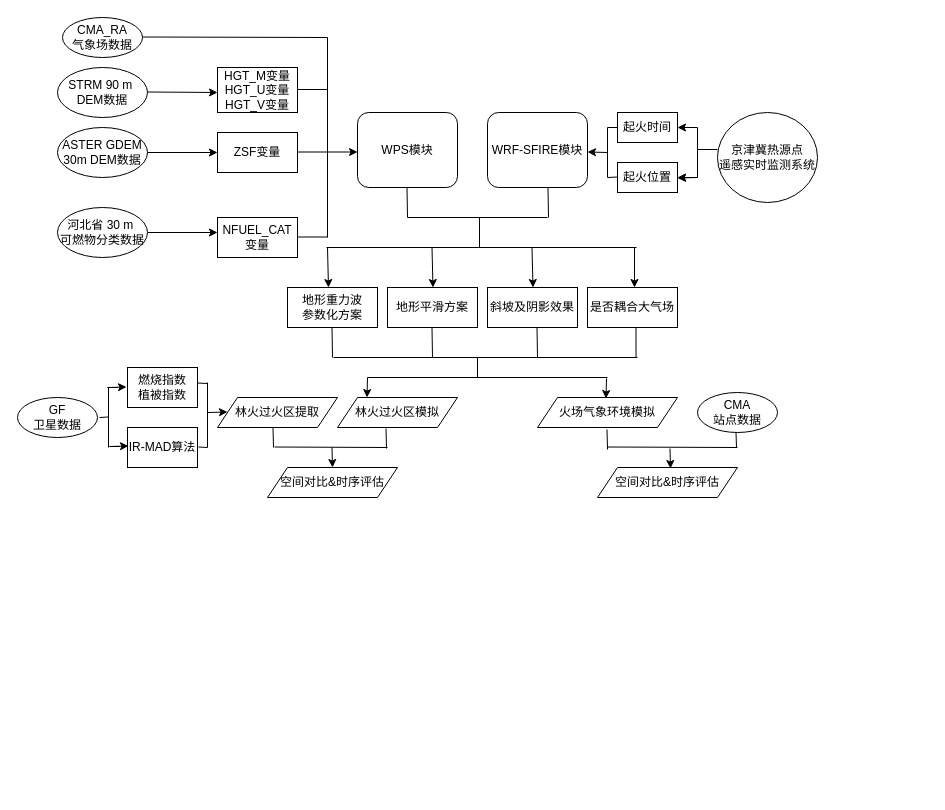
Earlier version of the draw.io diagram 第三章技术路线图.drawio (gaohuanxin/WRF-SFIRE). Source tidied: cells renumbered, new cells numbered last; positions are measured from the earlier drawing's top-left corner, leaving out a move shared by most shapes. Both pictures are drawn from the tidied source at 100%, with x=0, y=0 at pixel (17, 17).
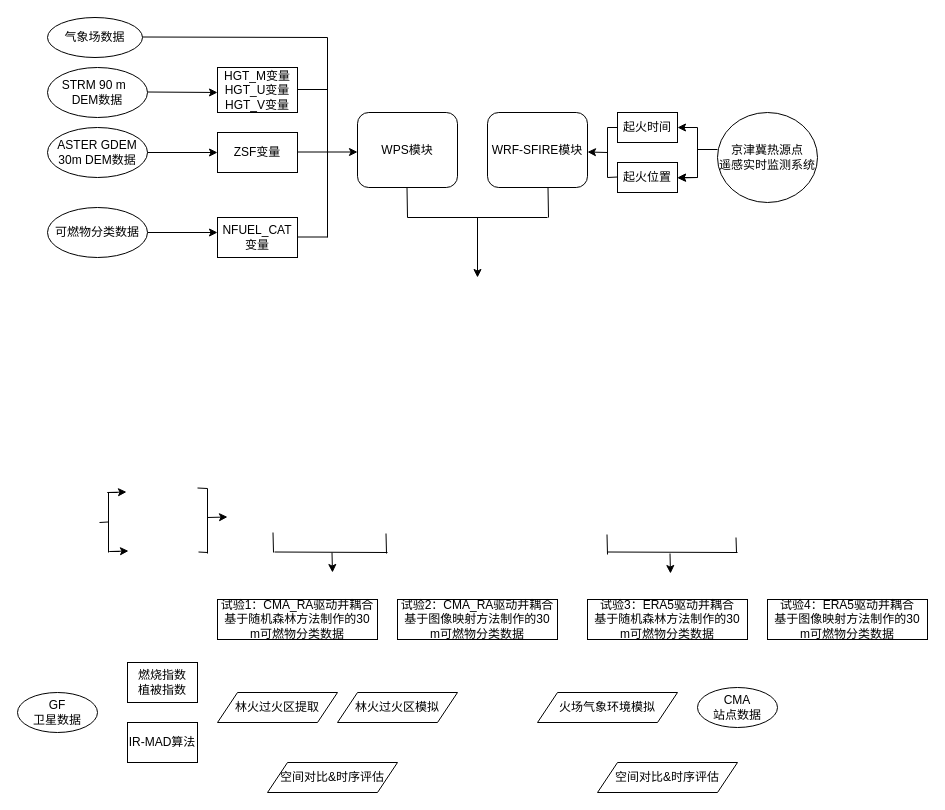
The same diagram, later.

Commit message:
更新第三章技术路线图.drawio

Change to the diagram source:
```diff
@@
-    <mxCell id="2" value="CMA_RA&lt;br&gt;气象场数据" style="ellipse;whiteSpace=wrap;html=1;" parent="1" vertex="1">
-      <mxGeometry x="45" width="80" height="40" as="geometry" />
+    <mxCell id="2" value="气象场数据" style="ellipse;whiteSpace=wrap;html=1;" parent="1" vertex="1">
+      <mxGeometry x="30" width="95" height="40" as="geometry" />
     </mxCell>
-    <mxCell id="3" value="STRM 90 m&amp;nbsp; DEM数据" style="ellipse;whiteSpace=wrap;html=1;" parent="1" vertex="1">
-      <mxGeometry x="40" y="50" width="90" height="50" as="geometry" />
+    <mxCell id="3" value="STRM 90 m&amp;nbsp;&amp;nbsp;&lt;div&gt;&lt;span style=&quot;background-color: transparent; color: light-dark(rgb(0, 0, 0), rgb(255, 255, 255));&quot;&gt;DEM数据&lt;/span&gt;&lt;/div&gt;" style="ellipse;whiteSpace=wrap;html=1;" parent="1" vertex="1">
+      <mxGeometry x="30" y="50" width="100" height="50" as="geometry" />
     </mxCell>
     <mxCell id="4" value="ASTER GDEM 30m DEM数据" style="ellipse;whiteSpace=wrap;html=1;" parent="1" vertex="1">
-      <mxGeometry x="40" y="110" width="90" height="50" as="geometry" />
+      <mxGeometry x="30" y="110" width="100" height="50" as="geometry" />
     </mxCell>
@@
-    <mxCell id="32" style="endArrow=classic;html=1;rounded=0;" parent="1" edge="1">
-      <mxGeometry relative="1" as="geometry">
-        <mxPoint x="310" y="230" as="sourcePoint" />
-        <mxPoint x="311" y="270" as="targetPoint" />
-      </mxGeometry>
-    </mxCell>
-    <mxCell id="33" value="地形重力波&lt;br&gt;参数化方案" style="rounded=0;whiteSpace=wrap;html=1;" parent="1" vertex="1">
-      <mxGeometry x="270" y="270" width="90" height="40" as="geometry" />
+    <mxCell id="33" value="试验1：CMA_RA驱动并耦合&lt;div&gt;基于随机森林方法制作的30 m可燃物分类数据&lt;/div&gt;" style="rounded=0;whiteSpace=wrap;html=1;" parent="1" vertex="1">
+      <mxGeometry x="200" y="582" width="160" height="40" as="geometry" />
     </mxCell>
-    <mxCell id="34" style="endArrow=none;html=1;rounded=0;" parent="1" edge="1">
-      <mxGeometry relative="1" as="geometry">
-        <mxPoint x="462" y="230" as="sourcePoint" />
-        <mxPoint x="462" y="200" as="targetPoint" />
-      </mxGeometry>
-    </mxCell>
-    <mxCell id="35" style="endArrow=none;html=1;rounded=0;" parent="1" edge="1">
-      <mxGeometry relative="1" as="geometry">
-        <mxPoint x="309" y="230" as="sourcePoint" />
-        <mxPoint x="619" y="230" as="targetPoint" />
-      </mxGeometry>
-    </mxCell>
-    <mxCell id="36" value="地形平滑方案" style="rounded=0;whiteSpace=wrap;html=1;" parent="1" vertex="1">
-      <mxGeometry x="370" y="270" width="90" height="40" as="geometry" />
-    </mxCell>
-    <mxCell id="37" value="斜坡及阴影效果" style="rounded=0;whiteSpace=wrap;html=1;" parent="1" vertex="1">
-      <mxGeometry x="470" y="270" width="90" height="40" as="geometry" />
-    </mxCell>
-    <mxCell id="38" value="是否耦合大气场" style="rounded=0;whiteSpace=wrap;html=1;" parent="1" vertex="1">
-      <mxGeometry x="570" y="270" width="90" height="40" as="geometry" />
-    </mxCell>
-    <mxCell id="39" style="endArrow=classic;html=1;rounded=0;" parent="1" edge="1">
-      <mxGeometry relative="1" as="geometry">
-        <mxPoint x="617" y="230" as="sourcePoint" />
-        <mxPoint x="617" y="270" as="targetPoint" />
-      </mxGeometry>
-    </mxCell>
-    <mxCell id="40" style="endArrow=classic;html=1;rounded=0;" parent="1" edge="1">
-      <mxGeometry relative="1" as="geometry">
-        <mxPoint x="414.5" y="230" as="sourcePoint" />
-        <mxPoint x="415.5" y="270" as="targetPoint" />
-      </mxGeometry>
-    </mxCell>
-    <mxCell id="41" style="endArrow=classic;html=1;rounded=0;" parent="1" edge="1">
-      <mxGeometry relative="1" as="geometry">
-        <mxPoint x="514.5" y="230" as="sourcePoint" />
-        <mxPoint x="515.5" y="270" as="targetPoint" />
-      </mxGeometry>
-    </mxCell>
-    <mxCell id="42" style="endArrow=none;html=1;rounded=0;" parent="1" edge="1">
-      <mxGeometry relative="1" as="geometry">
-        <mxPoint x="315" y="340" as="sourcePoint" />
-        <mxPoint x="314.5" y="310" as="targetPoint" />
-      </mxGeometry>
-    </mxCell>
-    <mxCell id="43" style="endArrow=none;html=1;rounded=0;" parent="1" edge="1">
-      <mxGeometry relative="1" as="geometry">
-        <mxPoint x="618.5" y="310" as="sourcePoint" />
-        <mxPoint x="618.5" y="340" as="targetPoint" />
-      </mxGeometry>
-    </mxCell>
-    <mxCell id="44" style="endArrow=none;html=1;rounded=0;" parent="1" edge="1">
-      <mxGeometry relative="1" as="geometry">
-        <mxPoint x="316" y="340" as="sourcePoint" />
-        <mxPoint x="620" y="340" as="targetPoint" />
-      </mxGeometry>
-    </mxCell>
-    <mxCell id="45" style="endArrow=none;html=1;rounded=0;" parent="1" edge="1">
-      <mxGeometry relative="1" as="geometry">
-        <mxPoint x="415" y="340" as="sourcePoint" />
-        <mxPoint x="414.5" y="310" as="targetPoint" />
-      </mxGeometry>
-    </mxCell>
-    <mxCell id="46" style="endArrow=none;html=1;rounded=0;" parent="1" edge="1">
-      <mxGeometry relative="1" as="geometry">
-        <mxPoint x="520" y="340" as="sourcePoint" />
-        <mxPoint x="519.5" y="310" as="targetPoint" />
-      </mxGeometry>
-    </mxCell>
-    <mxCell id="47" style="endArrow=classic;html=1;rounded=0;" parent="1" edge="1">
-      <mxGeometry relative="1" as="geometry">
-        <mxPoint x="350" y="360" as="sourcePoint" />
-        <mxPoint x="349.5" y="380" as="targetPoint" />
-      </mxGeometry>
-    </mxCell>
     <mxCell id="48" value="林火过火区模拟" style="shape=parallelogram;perimeter=parallelogramPerimeter;whiteSpace=wrap;html=1;fixedSize=1;" parent="1" vertex="1">
-      <mxGeometry x="320" y="380" width="120" height="30" as="geometry" />
+      <mxGeometry x="320" y="675" width="120" height="30" as="geometry" />
     </mxCell>
     <mxCell id="49" value="火场气象环境模拟" style="shape=parallelogram;perimeter=parallelogramPerimeter;whiteSpace=wrap;html=1;fixedSize=1;" parent="1" vertex="1">
-      <mxGeometry x="520" y="380" width="140" height="30" as="geometry" />
+      <mxGeometry x="520" y="675" width="140" height="30" as="geometry" />
     </mxCell>
-    <mxCell id="50" style="endArrow=none;html=1;rounded=0;" parent="1" edge="1">
-      <mxGeometry relative="1" as="geometry">
-        <mxPoint x="460" y="360" as="sourcePoint" />
-        <mxPoint x="460" y="340" as="targetPoint" />
-      </mxGeometry>
-    </mxCell>
-    <mxCell id="51" style="endArrow=none;html=1;rounded=0;" parent="1" edge="1">
-      <mxGeometry relative="1" as="geometry">
-        <mxPoint x="350" y="360" as="sourcePoint" />
-        <mxPoint x="590" y="360" as="targetPoint" />
-      </mxGeometry>
-    </mxCell>
-    <mxCell id="52" style="endArrow=classic;html=1;rounded=0;" parent="1" edge="1">
-      <mxGeometry relative="1" as="geometry">
-        <mxPoint x="589" y="361" as="sourcePoint" />
-        <mxPoint x="588.5" y="381" as="targetPoint" />
-      </mxGeometry>
-    </mxCell>
     <mxCell id="53" value="GF&lt;br&gt;卫星数据" style="ellipse;whiteSpace=wrap;html=1;" parent="1" vertex="1">
-      <mxGeometry y="380" width="80" height="40" as="geometry" />
+      <mxGeometry y="675" width="80" height="40" as="geometry" />
     </mxCell>
     <mxCell id="54" value="林火过火区提取" style="shape=parallelogram;perimeter=parallelogramPerimeter;whiteSpace=wrap;html=1;fixedSize=1;" parent="1" vertex="1">
-      <mxGeometry x="200" y="380" width="120" height="30" as="geometry" />
+      <mxGeometry x="200" y="675" width="120" height="30" as="geometry" />
     </mxCell>
     <mxCell id="55" value="燃烧指数&lt;br&gt;植被指数" style="rounded=0;whiteSpace=wrap;html=1;" parent="1" vertex="1">
-      <mxGeometry x="110" y="350" width="70" height="40" as="geometry" />
+      <mxGeometry x="110" y="645" width="70" height="40" as="geometry" />
     </mxCell>
     <mxCell id="56" value="IR-MAD算法" style="rounded=0;whiteSpace=wrap;html=1;" parent="1" vertex="1">
-      <mxGeometry x="110" y="410" width="70" height="40" as="geometry" />
+      <mxGeometry x="110" y="705" width="70" height="40" as="geometry" />
     </mxCell>
     <mxCell id="57" style="endArrow=none;html=1;rounded=0;" parent="1" edge="1">
       <mxGeometry relative="1" as="geometry">
-        <mxPoint x="82" y="400" as="sourcePoint" />
-        <mxPoint x="90.5" y="399.5" as="targetPoint" />
+        <mxPoint x="82" y="505" as="sourcePoint" />
+        <mxPoint x="90.5" y="504.5" as="targetPoint" />
       </mxGeometry>
     </mxCell>
     <mxCell id="58" style="endArrow=none;html=1;rounded=0;" parent="1" edge="1">
       <mxGeometry relative="1" as="geometry">
-        <mxPoint x="91" y="430" as="sourcePoint" />
-        <mxPoint x="91" y="370" as="targetPoint" />
+        <mxPoint x="91" y="535" as="sourcePoint" />
+        <mxPoint x="91" y="475" as="targetPoint" />
       </mxGeometry>
     </mxCell>
     <mxCell id="59" style="endArrow=classic;html=1;rounded=0;" parent="1" edge="1">
       <mxGeometry relative="1" as="geometry">
-        <mxPoint x="100" y="370" as="sourcePoint" />
-        <mxPoint x="109" y="369.5" as="targetPoint" />
+        <mxPoint x="100" y="475" as="sourcePoint" />
+        <mxPoint x="109" y="474.5" as="targetPoint" />
         <Array as="points">
-          <mxPoint x="90" y="370" />
+          <mxPoint x="90" y="475" />
         </Array>
       </mxGeometry>
     </mxCell>
     <mxCell id="60" style="endArrow=classic;html=1;rounded=0;" parent="1" edge="1">
       <mxGeometry relative="1" as="geometry">
-        <mxPoint x="102" y="429" as="sourcePoint" />
-        <mxPoint x="111" y="428.5" as="targetPoint" />
+        <mxPoint x="102" y="534" as="sourcePoint" />
+        <mxPoint x="111" y="533.5" as="targetPoint" />
         <Array as="points">
-          <mxPoint x="92" y="429" />
+          <mxPoint x="92" y="534" />
         </Array>
       </mxGeometry>
     </mxCell>
     <mxCell id="61" style="endArrow=none;html=1;rounded=0;" parent="1" edge="1">
       <mxGeometry relative="1" as="geometry">
-        <mxPoint x="190" y="430" as="sourcePoint" />
-        <mxPoint x="190" y="365" as="targetPoint" />
+        <mxPoint x="190" y="536" as="sourcePoint" />
+        <mxPoint x="190" y="471" as="targetPoint" />
       </mxGeometry>
     </mxCell>
     <mxCell id="62" style="endArrow=classic;html=1;rounded=0;" parent="1" edge="1">
       <mxGeometry relative="1" as="geometry">
-        <mxPoint x="190" y="395" as="sourcePoint" />
-        <mxPoint x="210" y="394.5" as="targetPoint" />
+        <mxPoint x="190" y="500" as="sourcePoint" />
+        <mxPoint x="210" y="499.5" as="targetPoint" />
       </mxGeometry>
     </mxCell>
     <mxCell id="63" style="endArrow=none;html=1;rounded=0;" parent="1" edge="1">
       <mxGeometry relative="1" as="geometry">
-        <mxPoint x="180" y="365.5" as="sourcePoint" />
-        <mxPoint x="190" y="366" as="targetPoint" />
+        <mxPoint x="180" y="470.5" as="sourcePoint" />
+        <mxPoint x="190" y="471" as="targetPoint" />
       </mxGeometry>
     </mxCell>
     <mxCell id="64" style="endArrow=none;html=1;rounded=0;" parent="1" edge="1">
       <mxGeometry relative="1" as="geometry">
-        <mxPoint x="181" y="429.5" as="sourcePoint" />
-        <mxPoint x="190" y="430" as="targetPoint" />
+        <mxPoint x="181" y="534.5" as="sourcePoint" />
+        <mxPoint x="190" y="535" as="targetPoint" />
       </mxGeometry>
     </mxCell>
     <mxCell id="65" value="CMA&lt;br&gt;站点数据" style="ellipse;whiteSpace=wrap;html=1;" parent="1" vertex="1">
-      <mxGeometry x="680" y="375" width="80" height="40" as="geometry" />
+      <mxGeometry x="680" y="670" width="80" height="40" as="geometry" />
     </mxCell>
     <mxCell id="66" style="endArrow=none;html=1;rounded=0;" parent="1" edge="1">
       <mxGeometry relative="1" as="geometry">
-        <mxPoint x="256" y="430" as="sourcePoint" />
-        <mxPoint x="255.5" y="410" as="targetPoint" />
+        <mxPoint x="256" y="535" as="sourcePoint" />
+        <mxPoint x="255.5" y="515" as="targetPoint" />
       </mxGeometry>
     </mxCell>
     <mxCell id="67" style="endArrow=none;html=1;rounded=0;" parent="1" edge="1">
       <mxGeometry relative="1" as="geometry">
-        <mxPoint x="257" y="429.5" as="sourcePoint" />
-        <mxPoint x="370" y="430" as="targetPoint" />
+        <mxPoint x="257" y="534.5" as="sourcePoint" />
+        <mxPoint x="370" y="535" as="targetPoint" />
       </mxGeometry>
     </mxCell>
     <mxCell id="68" style="endArrow=none;html=1;rounded=0;" parent="1" edge="1">
       <mxGeometry relative="1" as="geometry">
-        <mxPoint x="590" y="429.5" as="sourcePoint" />
-        <mxPoint x="720" y="430" as="targetPoint" />
+        <mxPoint x="590" y="534.5" as="sourcePoint" />
+        <mxPoint x="720" y="535" as="targetPoint" />
       </mxGeometry>
     </mxCell>
     <mxCell id="69" style="endArrow=none;html=1;rounded=0;" parent="1" edge="1">
       <mxGeometry relative="1" as="geometry">
-        <mxPoint x="369" y="431" as="sourcePoint" />
-        <mxPoint x="368.5" y="411" as="targetPoint" />
+        <mxPoint x="369" y="536" as="sourcePoint" />
+        <mxPoint x="368.5" y="516" as="targetPoint" />
       </mxGeometry>
     </mxCell>
     <mxCell id="70" style="endArrow=none;html=1;rounded=0;" parent="1" edge="1">
       <mxGeometry relative="1" as="geometry">
-        <mxPoint x="590" y="432" as="sourcePoint" />
-        <mxPoint x="589.5" y="412" as="targetPoint" />
+        <mxPoint x="590" y="537" as="sourcePoint" />
+        <mxPoint x="589.5" y="517" as="targetPoint" />
       </mxGeometry>
     </mxCell>
     <mxCell id="71" style="endArrow=none;html=1;rounded=0;" parent="1" edge="1">
       <mxGeometry relative="1" as="geometry">
-        <mxPoint x="719" y="430" as="sourcePoint" />
-        <mxPoint x="718.5" y="415" as="targetPoint" />
+        <mxPoint x="719" y="535" as="sourcePoint" />
+        <mxPoint x="718.5" y="520" as="targetPoint" />
       </mxGeometry>
     </mxCell>
     <mxCell id="72" style="endArrow=classic;html=1;rounded=0;" parent="1" edge="1">
       <mxGeometry relative="1" as="geometry">
-        <mxPoint x="314.5" y="430" as="sourcePoint" />
-        <mxPoint x="315" y="450" as="targetPoint" />
+        <mxPoint x="314.5" y="535" as="sourcePoint" />
+        <mxPoint x="315" y="555" as="targetPoint" />
       </mxGeometry>
     </mxCell>
     <mxCell id="73" style="endArrow=classic;html=1;rounded=0;" parent="1" edge="1">
       <mxGeometry relative="1" as="geometry">
-        <mxPoint x="652.5" y="431" as="sourcePoint" />
-        <mxPoint x="653" y="451" as="targetPoint" />
+        <mxPoint x="652.5" y="536" as="sourcePoint" />
+        <mxPoint x="653" y="556" as="targetPoint" />
       </mxGeometry>
     </mxCell>
     <mxCell id="74" value="空间对比&amp;amp;时序评估" style="shape=parallelogram;perimeter=parallelogramPerimeter;whiteSpace=wrap;html=1;fixedSize=1;" parent="1" vertex="1">
-      <mxGeometry x="250" y="450" width="130" height="30" as="geometry" />
+      <mxGeometry x="250" y="745" width="130" height="30" as="geometry" />
     </mxCell>
     <mxCell id="75" value="空间对比&amp;amp;时序评估" style="shape=parallelogram;perimeter=parallelogramPerimeter;whiteSpace=wrap;html=1;fixedSize=1;" parent="1" vertex="1">
-      <mxGeometry x="580" y="450" width="140" height="30" as="geometry" />
+      <mxGeometry x="580" y="745" width="140" height="30" as="geometry" />
     </mxCell>
@@
-    <mxCell id="78" value="河北省 30 m&amp;nbsp;&lt;div&gt;可燃物分类数据&lt;/div&gt;" style="ellipse;whiteSpace=wrap;html=1;" parent="1" vertex="1">
-      <mxGeometry x="40" y="190" width="90" height="50" as="geometry" />
+    <mxCell id="78" value="&lt;div&gt;可燃物分类数据&lt;/div&gt;" style="ellipse;whiteSpace=wrap;html=1;" parent="1" vertex="1">
+      <mxGeometry x="30" y="190" width="100" height="50" as="geometry" />
     </mxCell>
+    <mxCell id="79" value="试验2：CMA_RA驱动并耦合&lt;div&gt;基于图像映射方法制作的30 m可燃物分类数据&lt;/div&gt;" style="rounded=0;whiteSpace=wrap;html=1;" parent="1" vertex="1">
+      <mxGeometry x="380" y="582" width="160" height="40" as="geometry" />
+    </mxCell>
+    <mxCell id="80" value="试验3：ERA5驱动并耦合&lt;div&gt;基于随机森林方法制作的30 m可燃物分类数据&lt;/div&gt;" style="rounded=0;whiteSpace=wrap;html=1;" parent="1" vertex="1">
+      <mxGeometry x="570" y="582" width="160" height="40" as="geometry" />
+    </mxCell>
+    <mxCell id="81" value="试验4：ERA5驱动并耦合&lt;div&gt;基于图像映射方法制作的30 m可燃物分类数据&lt;/div&gt;" style="rounded=0;whiteSpace=wrap;html=1;" parent="1" vertex="1">
+      <mxGeometry x="750" y="582" width="160" height="40" as="geometry" />
+    </mxCell>
+    <mxCell id="82" style="endArrow=classic;html=1;rounded=0;" parent="1" edge="1">
+      <mxGeometry relative="1" as="geometry">
+        <mxPoint x="460" y="200" as="sourcePoint" />
+        <mxPoint x="460" y="260" as="targetPoint" />
+      </mxGeometry>
+    </mxCell>
```
